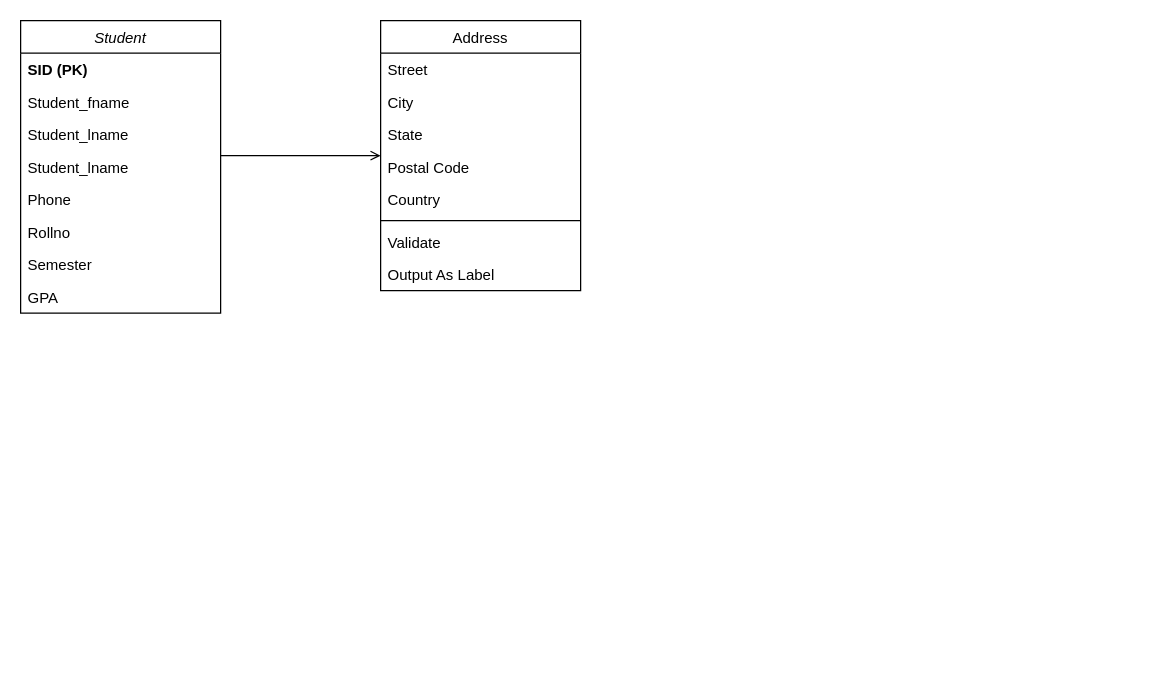
This is Untitled Diagram.drawio from sujalthakuri/h, a draw.io file, before an edit. Source tidied: cells renumbered, new cells numbered last; positions are measured from the earlier drawing's top-left corner, leaving out a move shared by most shapes. Both pictures are drawn from the tidied source at 125%, with x=0, y=0 at pixel (20, 20).
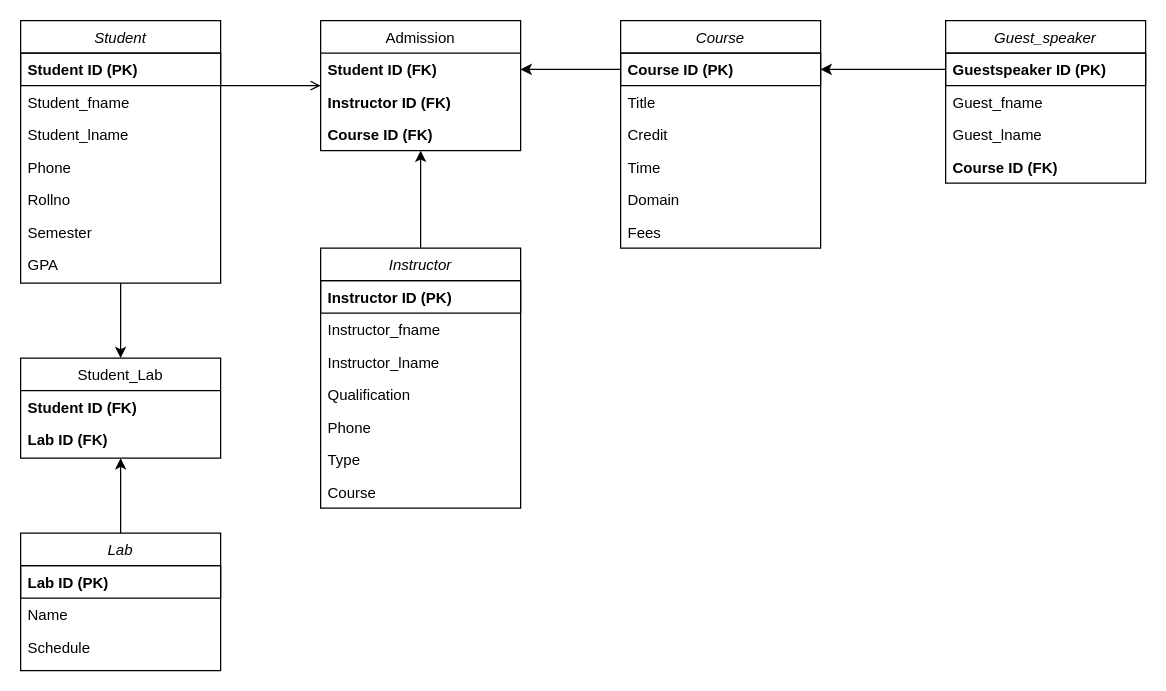
The same page after the edit.

Diff of the diagram source:
```diff
@@
+    <mxCell id="21" style="edgeStyle=orthogonalEdgeStyle;rounded=0;jettySize=auto;html=1;exitX=0.5;exitY=1;exitDx=0;exitDy=0;entryX=0.5;entryY=0;entryDx=0;entryDy=0;" parent="1" edge="1" source="2" target="39">
+      <mxGeometry relative="1" as="geometry" />
+    </mxCell>
     <mxCell id="2" value="Student" style="swimlane;fontStyle=2;align=center;verticalAlign=top;horizontal=1;startSize=26;rounded=0;shadow=0;strokeWidth=1;" parent="1" vertex="1">
-      <mxGeometry width="160" height="234" as="geometry" />
+      <mxGeometry width="160" height="210" as="geometry" />
     </mxCell>
-    <mxCell id="3" value="SID (PK)" style="text;align=left;verticalAlign=top;spacingLeft=4;spacingRight=4;overflow=hidden;fontStyle=1;" parent="2" vertex="1">
+    <mxCell id="3" value="Student ID (PK)" style="text;align=left;verticalAlign=top;spacingLeft=4;spacingRight=4;overflow=hidden;fontStyle=1;strokeColor=default;" parent="2" vertex="1">
       <mxGeometry y="26" width="160" height="26" as="geometry" />
     </mxCell>
@@
-    <mxCell id="6" value="Student_lname&#10;" style="text;align=left;verticalAlign=top;spacingLeft=4;spacingRight=4;overflow=hidden;rounded=0;shadow=0;html=0;" parent="2" vertex="1">
-      <mxGeometry y="104" width="160" height="26" as="geometry" />
-    </mxCell>
     <mxCell id="7" value="Phone" style="text;align=left;verticalAlign=top;spacingLeft=4;spacingRight=4;overflow=hidden;rounded=0;shadow=0;html=0;" parent="2" vertex="1">
-      <mxGeometry y="130" width="160" height="26" as="geometry" />
+      <mxGeometry y="104" width="160" height="26" as="geometry" />
     </mxCell>
     <mxCell id="8" value="Rollno" style="text;align=left;verticalAlign=top;spacingLeft=4;spacingRight=4;overflow=hidden;rounded=0;shadow=0;html=0;" parent="2" vertex="1">
-      <mxGeometry y="156" width="160" height="26" as="geometry" />
+      <mxGeometry y="130" width="160" height="26" as="geometry" />
     </mxCell>
     <mxCell id="9" value="Semester" style="text;align=left;verticalAlign=top;spacingLeft=4;spacingRight=4;overflow=hidden;rounded=0;shadow=0;html=0;" parent="2" vertex="1">
-      <mxGeometry y="182" width="160" height="26" as="geometry" />
+      <mxGeometry y="156" width="160" height="26" as="geometry" />
     </mxCell>
     <mxCell id="10" value="GPA" style="text;align=left;verticalAlign=top;spacingLeft=4;spacingRight=4;overflow=hidden;rounded=0;shadow=0;html=0;" parent="2" vertex="1">
-      <mxGeometry y="208" width="160" height="26" as="geometry" />
+      <mxGeometry y="182" width="160" height="26" as="geometry" />
     </mxCell>
-    <mxCell id="11" value="Address" style="swimlane;fontStyle=0;align=center;verticalAlign=top;horizontal=1;startSize=26;rounded=0;shadow=0;strokeWidth=1;" parent="1" vertex="1">
-      <mxGeometry x="288" width="160" height="216" as="geometry" />
+    <mxCell id="11" value="Admission" style="swimlane;fontStyle=0;align=center;verticalAlign=top;horizontal=1;startSize=26;rounded=0;shadow=0;strokeWidth=1;" parent="1" vertex="1">
+      <mxGeometry x="240" width="160" height="104" as="geometry" />
     </mxCell>
-    <mxCell id="12" value="Street" style="text;align=left;verticalAlign=top;spacingLeft=4;spacingRight=4;overflow=hidden;points=[[0,0.5],[1,0.5]];portConstraint=eastwest;" parent="11" vertex="1">
+    <mxCell id="12" value="Student ID (FK)" style="text;align=left;verticalAlign=top;spacingLeft=4;spacingRight=4;overflow=hidden;points=[[0,0.5],[1,0.5]];portConstraint=eastwest;fontStyle=1;" parent="11" vertex="1">
       <mxGeometry y="26" width="160" height="26" as="geometry" />
     </mxCell>
-    <mxCell id="13" value="City" style="text;align=left;verticalAlign=top;spacingLeft=4;spacingRight=4;overflow=hidden;rounded=0;shadow=0;html=0;" parent="11" vertex="1">
+    <mxCell id="13" value="Instructor ID (FK)" style="text;align=left;verticalAlign=top;spacingLeft=4;spacingRight=4;overflow=hidden;rounded=0;shadow=0;html=0;fontStyle=1;" parent="11" vertex="1">
       <mxGeometry y="52" width="160" height="26" as="geometry" />
     </mxCell>
-    <mxCell id="14" value="State" style="text;align=left;verticalAlign=top;spacingLeft=4;spacingRight=4;overflow=hidden;rounded=0;shadow=0;html=0;" parent="11" vertex="1">
+    <mxCell id="14" value="Course ID (FK)" style="text;align=left;verticalAlign=top;spacingLeft=4;spacingRight=4;overflow=hidden;rounded=0;shadow=0;html=0;fontStyle=1;" parent="11" vertex="1">
       <mxGeometry y="78" width="160" height="26" as="geometry" />
     </mxCell>
-    <mxCell id="15" value="Postal Code" style="text;align=left;verticalAlign=top;spacingLeft=4;spacingRight=4;overflow=hidden;rounded=0;shadow=0;html=0;" parent="11" vertex="1">
-      <mxGeometry y="104" width="160" height="26" as="geometry" />
-    </mxCell>
-    <mxCell id="16" value="Country" style="text;align=left;verticalAlign=top;spacingLeft=4;spacingRight=4;overflow=hidden;rounded=0;shadow=0;html=0;" parent="11" vertex="1">
-      <mxGeometry y="130" width="160" height="26" as="geometry" />
-    </mxCell>
-    <mxCell id="17" style="line;html=1;strokeWidth=1;align=left;verticalAlign=middle;spacingTop=-1;spacingLeft=3;spacingRight=3;labelPosition=right;" parent="11" vertex="1">
-      <mxGeometry y="156" width="160" height="8" as="geometry" />
-    </mxCell>
-    <mxCell id="18" value="Validate" style="text;align=left;verticalAlign=top;spacingLeft=4;spacingRight=4;overflow=hidden;" parent="11" vertex="1">
-      <mxGeometry y="164" width="160" height="26" as="geometry" />
-    </mxCell>
-    <mxCell id="19" value="Output As Label" style="text;align=left;verticalAlign=top;spacingLeft=4;spacingRight=4;overflow=hidden;" parent="11" vertex="1">
-      <mxGeometry y="190" width="160" height="26" as="geometry" />
-    </mxCell>
@@
+    <mxCell id="22" style="edgeStyle=orthogonalEdgeStyle;rounded=0;jettySize=auto;html=1;exitX=0.5;exitY=0;exitDx=0;exitDy=0;" parent="1" edge="1" source="23" target="11">
+      <mxGeometry relative="1" as="geometry" />
+    </mxCell>
+    <mxCell id="23" value="Instructor" style="swimlane;fontStyle=2;align=center;verticalAlign=top;horizontal=1;startSize=26;rounded=0;shadow=0;strokeWidth=1;" parent="1" vertex="1">
+      <mxGeometry x="240" y="182" width="160" height="208" as="geometry" />
+    </mxCell>
+    <mxCell id="24" value="Instructor ID (PK)" style="text;align=left;verticalAlign=top;spacingLeft=4;spacingRight=4;overflow=hidden;fontStyle=1;strokeColor=default;" parent="23" vertex="1">
+      <mxGeometry y="26" width="160" height="26" as="geometry" />
+    </mxCell>
+    <mxCell id="25" value="Instructor_fname" style="text;align=left;verticalAlign=top;spacingLeft=4;spacingRight=4;overflow=hidden;rounded=0;shadow=0;html=0;" parent="23" vertex="1">
+      <mxGeometry y="52" width="160" height="26" as="geometry" />
+    </mxCell>
+    <mxCell id="26" value="Instructor_lname&#10;" style="text;align=left;verticalAlign=top;spacingLeft=4;spacingRight=4;overflow=hidden;rounded=0;shadow=0;html=0;" parent="23" vertex="1">
+      <mxGeometry y="78" width="160" height="26" as="geometry" />
+    </mxCell>
+    <mxCell id="27" value="Qualification" style="text;align=left;verticalAlign=top;spacingLeft=4;spacingRight=4;overflow=hidden;rounded=0;shadow=0;html=0;" parent="23" vertex="1">
+      <mxGeometry y="104" width="160" height="26" as="geometry" />
+    </mxCell>
+    <mxCell id="28" value="Phone" style="text;align=left;verticalAlign=top;spacingLeft=4;spacingRight=4;overflow=hidden;rounded=0;shadow=0;html=0;" parent="23" vertex="1">
+      <mxGeometry y="130" width="160" height="26" as="geometry" />
+    </mxCell>
+    <mxCell id="29" value="Type" style="text;align=left;verticalAlign=top;spacingLeft=4;spacingRight=4;overflow=hidden;rounded=0;shadow=0;html=0;" parent="23" vertex="1">
+      <mxGeometry y="156" width="160" height="26" as="geometry" />
+    </mxCell>
+    <mxCell id="30" value="Course" style="text;align=left;verticalAlign=top;spacingLeft=4;spacingRight=4;overflow=hidden;rounded=0;shadow=0;html=0;" parent="23" vertex="1">
+      <mxGeometry y="182" width="160" height="26" as="geometry" />
+    </mxCell>
+    <mxCell id="31" value="Course" style="swimlane;fontStyle=2;align=center;verticalAlign=top;horizontal=1;startSize=26;rounded=0;shadow=0;strokeWidth=1;" parent="1" vertex="1">
+      <mxGeometry x="480" width="160" height="182" as="geometry" />
+    </mxCell>
+    <mxCell id="32" value="Course ID (PK)" style="text;align=left;verticalAlign=top;spacingLeft=4;spacingRight=4;overflow=hidden;points=[[0,0.5],[1,0.5]];portConstraint=eastwest;fontStyle=1;strokeColor=default;" parent="31" vertex="1">
+      <mxGeometry y="26" width="160" height="26" as="geometry" />
+    </mxCell>
+    <mxCell id="33" value="Title" style="text;align=left;verticalAlign=top;spacingLeft=4;spacingRight=4;overflow=hidden;rounded=0;shadow=0;html=0;" parent="31" vertex="1">
+      <mxGeometry y="52" width="160" height="26" as="geometry" />
+    </mxCell>
+    <mxCell id="34" value="Credit" style="text;align=left;verticalAlign=top;spacingLeft=4;spacingRight=4;overflow=hidden;rounded=0;shadow=0;html=0;" parent="31" vertex="1">
+      <mxGeometry y="78" width="160" height="26" as="geometry" />
+    </mxCell>
+    <mxCell id="35" value="Time" style="text;align=left;verticalAlign=top;spacingLeft=4;spacingRight=4;overflow=hidden;rounded=0;shadow=0;html=0;" parent="31" vertex="1">
+      <mxGeometry y="104" width="160" height="26" as="geometry" />
+    </mxCell>
+    <mxCell id="36" value="Domain" style="text;align=left;verticalAlign=top;spacingLeft=4;spacingRight=4;overflow=hidden;rounded=0;shadow=0;html=0;" parent="31" vertex="1">
+      <mxGeometry y="130" width="160" height="26" as="geometry" />
+    </mxCell>
+    <mxCell id="37" value="Fees" style="text;align=left;verticalAlign=top;spacingLeft=4;spacingRight=4;overflow=hidden;rounded=0;shadow=0;html=0;" parent="31" vertex="1">
+      <mxGeometry y="156" width="160" height="26" as="geometry" />
+    </mxCell>
+    <mxCell id="38" style="edgeStyle=orthogonalEdgeStyle;rounded=0;jettySize=auto;html=1;exitX=0;exitY=0.5;exitDx=0;exitDy=0;entryX=1;entryY=0.5;entryDx=0;entryDy=0;" parent="1" edge="1" source="32" target="12">
+      <mxGeometry relative="1" as="geometry" />
+    </mxCell>
+    <mxCell id="39" value="Student_Lab" style="swimlane;fontStyle=0;align=center;verticalAlign=top;horizontal=1;startSize=26;rounded=0;shadow=0;strokeWidth=1;" parent="1" vertex="1">
+      <mxGeometry y="270" width="160" height="80" as="geometry" />
+    </mxCell>
+    <mxCell id="40" value="Student ID (FK)" style="text;align=left;verticalAlign=top;spacingLeft=4;spacingRight=4;overflow=hidden;fontStyle=1;" parent="39" vertex="1">
+      <mxGeometry y="26" width="160" height="26" as="geometry" />
+    </mxCell>
+    <mxCell id="41" value="Lab ID (FK)" style="text;align=left;verticalAlign=top;spacingLeft=4;spacingRight=4;overflow=hidden;rounded=0;shadow=0;html=0;fontStyle=1;" parent="39" vertex="1">
+      <mxGeometry y="52" width="160" height="26" as="geometry" />
+    </mxCell>
+    <mxCell id="42" style="edgeStyle=orthogonalEdgeStyle;rounded=0;jettySize=auto;html=1;exitX=0.5;exitY=0;exitDx=0;exitDy=0;entryX=0.5;entryY=1;entryDx=0;entryDy=0;" parent="1" edge="1" source="43" target="39">
+      <mxGeometry relative="1" as="geometry" />
+    </mxCell>
+    <mxCell id="43" value="Lab" style="swimlane;fontStyle=2;align=center;verticalAlign=top;horizontal=1;startSize=26;rounded=0;shadow=0;strokeWidth=1;" parent="1" vertex="1">
+      <mxGeometry y="410" width="160" height="110" as="geometry" />
+    </mxCell>
+    <mxCell id="44" value="Lab ID (PK)" style="text;align=left;verticalAlign=top;spacingLeft=4;spacingRight=4;overflow=hidden;fontStyle=1;strokeColor=default;" parent="43" vertex="1">
+      <mxGeometry y="26" width="160" height="26" as="geometry" />
+    </mxCell>
+    <mxCell id="45" value="Name" style="text;align=left;verticalAlign=top;spacingLeft=4;spacingRight=4;overflow=hidden;rounded=0;shadow=0;html=0;" parent="43" vertex="1">
+      <mxGeometry y="52" width="160" height="26" as="geometry" />
+    </mxCell>
+    <mxCell id="46" value="Schedule" style="text;align=left;verticalAlign=top;spacingLeft=4;spacingRight=4;overflow=hidden;rounded=0;shadow=0;html=0;" parent="43" vertex="1">
+      <mxGeometry y="78" width="160" height="26" as="geometry" />
+    </mxCell>
+    <mxCell id="47" value="Guest_speaker" style="swimlane;fontStyle=2;align=center;verticalAlign=top;horizontal=1;startSize=26;rounded=0;shadow=0;strokeWidth=1;" parent="1" vertex="1">
+      <mxGeometry x="740" width="160" height="130" as="geometry" />
+    </mxCell>
+    <mxCell id="48" value="Guestspeaker ID (PK)" style="text;align=left;verticalAlign=top;spacingLeft=4;spacingRight=4;overflow=hidden;points=[[0,0.5],[1,0.5]];portConstraint=eastwest;fontStyle=1;strokeColor=default;" parent="47" vertex="1">
+      <mxGeometry y="26" width="160" height="26" as="geometry" />
+    </mxCell>
+    <mxCell id="49" value="Guest_fname" style="text;align=left;verticalAlign=top;spacingLeft=4;spacingRight=4;overflow=hidden;rounded=0;shadow=0;html=0;" parent="47" vertex="1">
+      <mxGeometry y="52" width="160" height="26" as="geometry" />
+    </mxCell>
+    <mxCell id="50" value="Guest_lname" style="text;align=left;verticalAlign=top;spacingLeft=4;spacingRight=4;overflow=hidden;rounded=0;shadow=0;html=0;" parent="47" vertex="1">
+      <mxGeometry y="78" width="160" height="26" as="geometry" />
+    </mxCell>
+    <mxCell id="51" value="Course ID (FK)" style="text;align=left;verticalAlign=top;spacingLeft=4;spacingRight=4;overflow=hidden;rounded=0;shadow=0;html=0;fontStyle=1;" parent="47" vertex="1">
+      <mxGeometry y="104" width="160" height="26" as="geometry" />
+    </mxCell>
+    <mxCell id="52" style="edgeStyle=orthogonalEdgeStyle;rounded=0;jettySize=auto;html=1;exitX=0;exitY=0.5;exitDx=0;exitDy=0;entryX=1;entryY=0.5;entryDx=0;entryDy=0;" parent="1" edge="1" source="48" target="32">
+      <mxGeometry relative="1" as="geometry" />
+    </mxCell>
```
